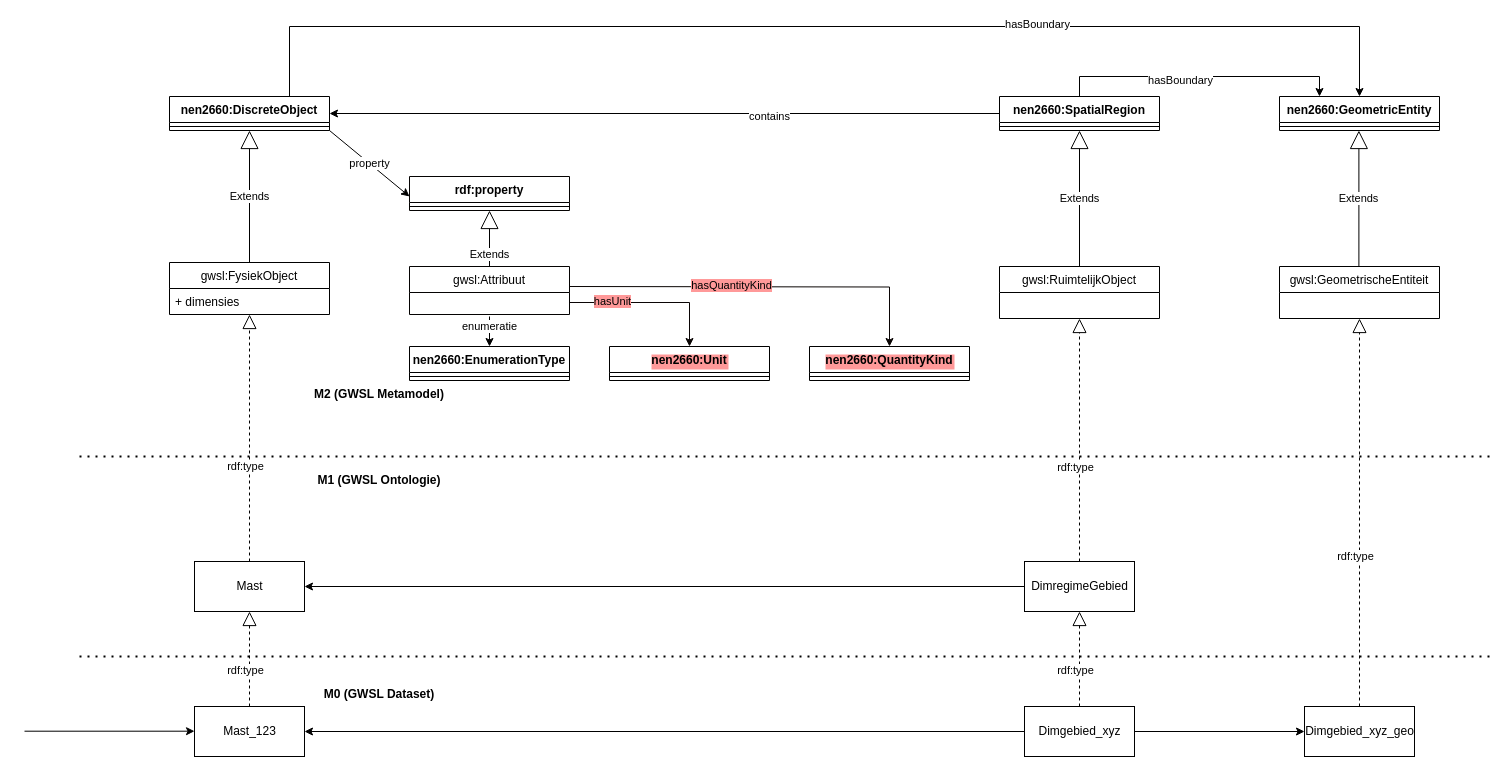
Above: data/Werkgroep Modellering en Techniek/Model_GWSL_Laag1.drawio in Stichting-CROW/gwsl (draw.io), before the change. Source tidied: cells renumbered, new cells numbered last; positions are measured from the earlier drawing's top-left corner, leaving out a move shared by most shapes. Both pictures are drawn from the tidied source at 100%, with x=0, y=0 at pixel (24, 26).
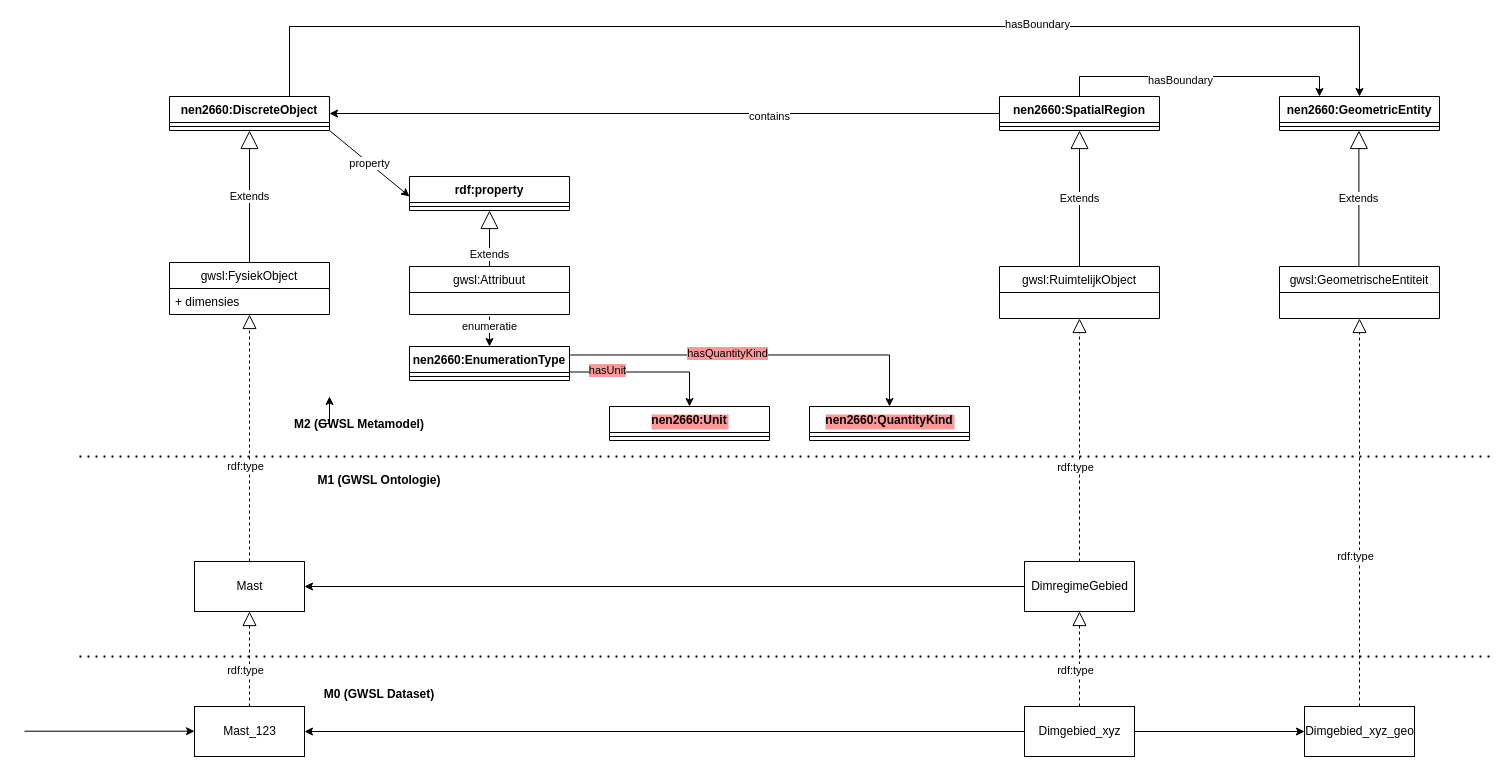
The same diagram, later.

The change refers to these unchanged cells:
```xml
<mxCell id="45" value="nen2660:EnumerationType" style="swimlane;fontStyle=1;align=center;verticalAlign=top;horizontal=1;startSize=26;" parent="1" vertex="1">
  <mxGeometry x="385" y="320" width="160" height="34" as="geometry" />
</mxCell>
<mxCell id="52" value="gwsl:Attribuut" style="swimlane;fontStyle=0;horizontal=1;startSize=26;strokeColor=#050302;fillColor=#FFFFFF;" parent="1" vertex="1">
  <mxGeometry x="385" y="240" width="160" height="48" as="geometry" />
</mxCell>
```

Change to the diagram source:
```diff
@@
+    <mxCell id="61" style="edgeStyle=orthogonalEdgeStyle;rounded=0;jettySize=auto;html=1;exitX=0;exitY=0.5;exitDx=0;exitDy=0;" parent="1" edge="1" source="35">
+      <mxGeometry relative="1" as="geometry">
+        <mxPoint x="305" y="370" as="targetPoint" />
+      </mxGeometry>
+    </mxCell>
     <mxCell id="35" value="M2 (GWSL Metamodel)" style="text;align=center;fontStyle=1;verticalAlign=middle;spacingLeft=3;spacingRight=3;strokeColor=none;points=[[0,0.5],[1,0.5]];portConstraint=eastwest;" parent="1" vertex="1">
-      <mxGeometry x="315" y="354" width="80" height="26" as="geometry" />
+      <mxGeometry x="295" y="384" width="80" height="26" as="geometry" />
     </mxCell>
@@
-    <mxCell id="43" style="edgeStyle=orthogonalEdgeStyle;rounded=0;jettySize=auto;html=1;exitX=1;exitY=0.75;exitDx=0;exitDy=0;entryX=0.5;entryY=0;entryDx=0;entryDy=0;fillColor=#f8cecc;jumpStyle=arc;strokeColor=#0A0504;" parent="1" edge="1" source="52" target="47">
-      <mxGeometry relative="1" as="geometry" />
+    <mxCell id="43" style="edgeStyle=orthogonalEdgeStyle;rounded=0;jettySize=auto;html=1;exitX=1;exitY=0.75;exitDx=0;exitDy=0;entryX=0.5;entryY=0;entryDx=0;entryDy=0;fillColor=#f8cecc;jumpStyle=arc;strokeColor=#0A0504;" parent="1" edge="1" source="45" target="47">
+      <mxGeometry relative="1" as="geometry">
+        <Array as="points">
+          <mxPoint x="665" y="346" />
+        </Array>
+      </mxGeometry>
     </mxCell>
@@
     <mxCell id="47" value="nen2660:Unit" style="swimlane;fontStyle=1;align=center;verticalAlign=top;horizontal=1;startSize=26;labelBackgroundColor=#FF9999;" parent="1" vertex="1">
-      <mxGeometry x="585" y="320" width="160" height="34" as="geometry" />
+      <mxGeometry x="585" y="380" width="160" height="34" as="geometry" />
     </mxCell>
@@
     <mxCell id="49" value="nen2660:QuantityKind" style="swimlane;fontStyle=1;align=center;verticalAlign=top;horizontal=1;startSize=26;labelBackgroundColor=#FF9999;" parent="1" vertex="1">
-      <mxGeometry x="785" y="320" width="160" height="34" as="geometry" />
+      <mxGeometry x="785" y="380" width="160" height="34" as="geometry" />
     </mxCell>
@@
-    <mxCell id="56" style="edgeStyle=orthogonalEdgeStyle;rounded=0;jettySize=auto;html=1;entryX=0.5;entryY=0;entryDx=0;entryDy=0;fillColor=#f8cecc;jumpStyle=arc;strokeColor=#0A0504;" parent="1" edge="1" target="49">
-      <mxGeometry relative="1" as="geometry">
-        <mxPoint x="545" y="260" as="sourcePoint" />
-      </mxGeometry>
+    <mxCell id="56" style="edgeStyle=orthogonalEdgeStyle;rounded=0;jettySize=auto;html=1;entryX=0.5;entryY=0;entryDx=0;entryDy=0;fillColor=#f8cecc;jumpStyle=arc;strokeColor=#0A0504;exitX=1;exitY=0.25;exitDx=0;exitDy=0;" parent="1" edge="1" source="45" target="49">
+      <mxGeometry relative="1" as="geometry" />
     </mxCell>
```
